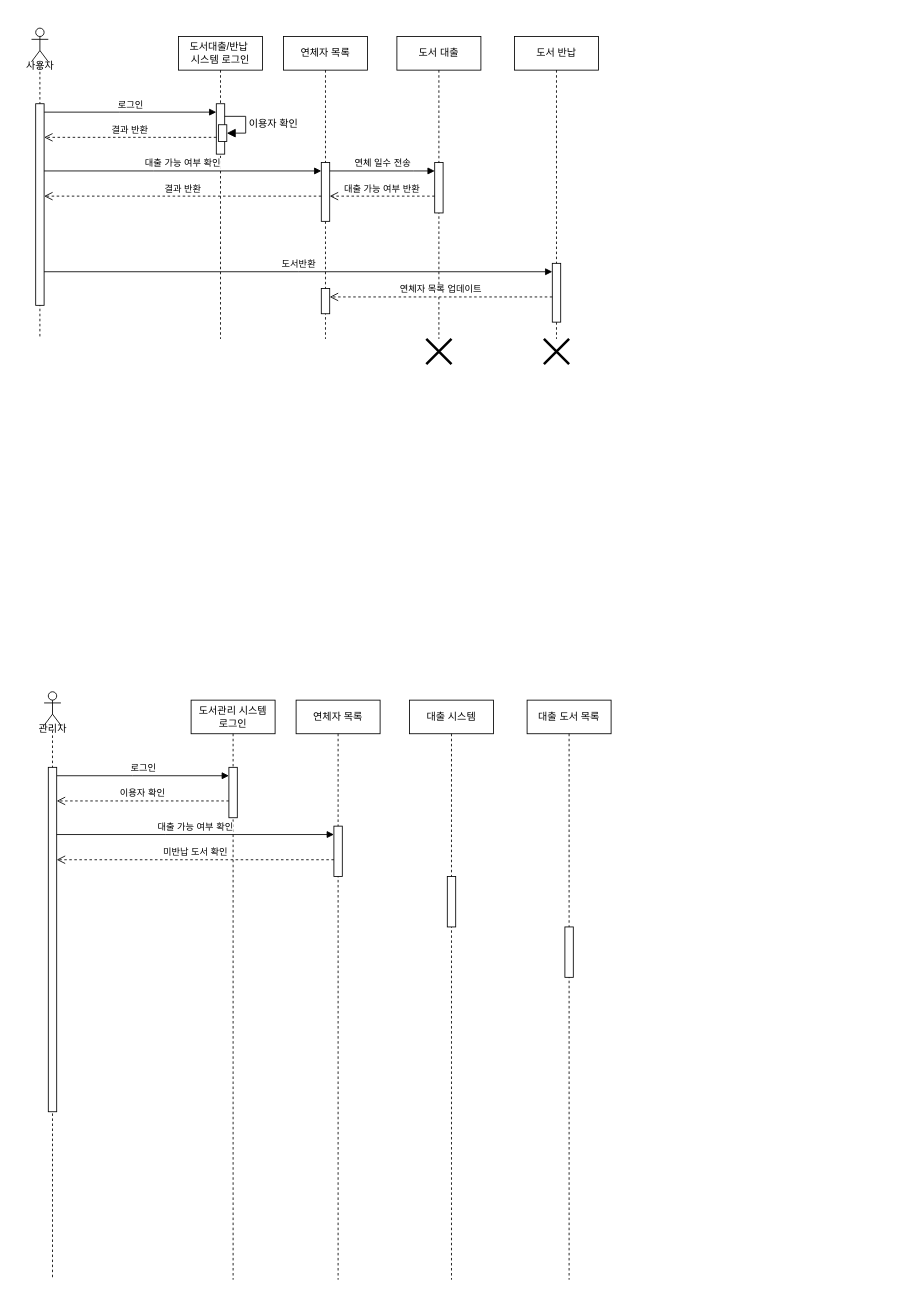
ChanY00/- keeps this draw.io diagram as Behavioral_Modeling.drawio. Above is the earlier version. Source tidied: cells renumbered, new cells numbered last; positions are measured from the earlier drawing's top-left corner, leaving out a move shared by most shapes. Both pictures are drawn from the tidied source at 84%, with x=0, y=0 at pixel (14, 28).
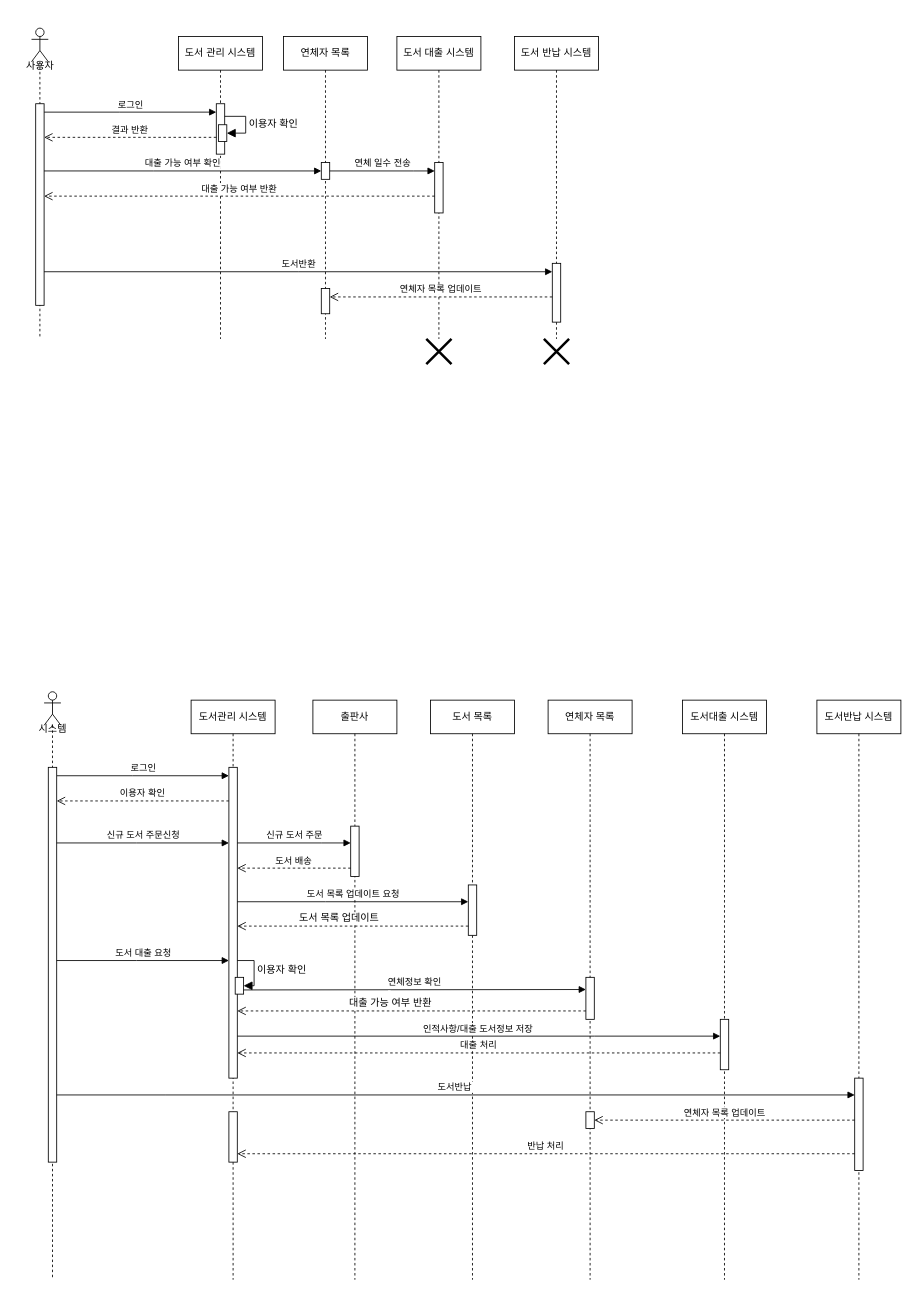
Above is the later version.

Unchanged cells that the change refers to:
```xml
<mxCell id="9" style="html=1;points=[];perimeter=orthogonalPerimeter;outlineConnect=0;targetShapes=umlLifeline;portConstraint=eastwest;newEdgeStyle={&quot;edgeStyle&quot;:&quot;elbowEdgeStyle&quot;,&quot;elbow&quot;:&quot;vertical&quot;,&quot;curved&quot;:0,&quot;rounded&quot;:0};" parent="8" vertex="1">
  <mxGeometry x="5" y="90" width="10" height="240" as="geometry" />
</mxCell>
<mxCell id="11" value="연체자 목록" style="shape=umlLifeline;perimeter=lifelinePerimeter;whiteSpace=wrap;html=1;newEdgeStyle={&quot;edgeStyle&quot;:&quot;elbowEdgeStyle&quot;,&quot;elbow&quot;:&quot;vertical&quot;,&quot;curved&quot;:0,&quot;rounded&quot;:0};" parent="1" vertex="1">
  <mxGeometry x="320" y="10" width="100" height="360" as="geometry" />
</mxCell>
<mxCell id="15" style="html=1;points=[];perimeter=orthogonalPerimeter;outlineConnect=0;targetShapes=umlLifeline;portConstraint=eastwest;newEdgeStyle={&quot;edgeStyle&quot;:&quot;elbowEdgeStyle&quot;,&quot;elbow&quot;:&quot;vertical&quot;,&quot;curved&quot;:0,&quot;rounded&quot;:0};" parent="14" vertex="1">
  <mxGeometry x="45" y="150" width="10" height="60" as="geometry" />
</mxCell>
<mxCell id="24" value="&lt;div&gt;&lt;br&gt;&lt;/div&gt;&lt;div&gt;&lt;br&gt;&lt;/div&gt;&lt;div&gt;&lt;br&gt;&lt;/div&gt;&lt;div&gt;&lt;br&gt;&lt;/div&gt;&lt;div&gt;&lt;br&gt;&lt;/div&gt;" style="shape=umlLifeline;perimeter=lifelinePerimeter;whiteSpace=wrap;html=1;newEdgeStyle={&quot;curved&quot;:0,&quot;rounded&quot;:0};participant=umlActor;size=40;" parent="1" vertex="1">
  <mxGeometry x="35" y="790" width="20" height="700" as="geometry" />
</mxCell>
```

What changed in the source:
```diff
@@
-    <mxCell id="2" value="도서대출/반납&amp;nbsp;&lt;div&gt;시스템&amp;nbsp;&lt;span style=&quot;background-color: initial;&quot;&gt;로그인&lt;/span&gt;&lt;/div&gt;" style="shape=umlLifeline;perimeter=lifelinePerimeter;whiteSpace=wrap;html=1;newEdgeStyle={&quot;edgeStyle&quot;:&quot;elbowEdgeStyle&quot;,&quot;elbow&quot;:&quot;vertical&quot;,&quot;curved&quot;:0,&quot;rounded&quot;:0};" parent="1" vertex="1">
+    <mxCell id="2" value="도서 관리&amp;nbsp;&lt;span style=&quot;background-color: initial;&quot;&gt;시스템&lt;/span&gt;" style="shape=umlLifeline;perimeter=lifelinePerimeter;whiteSpace=wrap;html=1;newEdgeStyle={&quot;edgeStyle&quot;:&quot;elbowEdgeStyle&quot;,&quot;elbow&quot;:&quot;vertical&quot;,&quot;curved&quot;:0,&quot;rounded&quot;:0};" parent="1" vertex="1">
       <mxGeometry x="195" y="10" width="100" height="360" as="geometry" />
     </mxCell>
@@
     <mxCell id="12" style="html=1;points=[];perimeter=orthogonalPerimeter;outlineConnect=0;targetShapes=umlLifeline;portConstraint=eastwest;newEdgeStyle={&quot;edgeStyle&quot;:&quot;elbowEdgeStyle&quot;,&quot;elbow&quot;:&quot;vertical&quot;,&quot;curved&quot;:0,&quot;rounded&quot;:0};" parent="11" vertex="1">
-      <mxGeometry x="45" y="150" width="10" height="70" as="geometry" />
+      <mxGeometry x="45" y="150" width="10" height="20" as="geometry" />
     </mxCell>
@@
-    <mxCell id="14" value="도서 대출" style="shape=umlLifeline;perimeter=lifelinePerimeter;whiteSpace=wrap;html=1;newEdgeStyle={&quot;edgeStyle&quot;:&quot;elbowEdgeStyle&quot;,&quot;elbow&quot;:&quot;vertical&quot;,&quot;curved&quot;:0,&quot;rounded&quot;:0};" parent="1" vertex="1">
+    <mxCell id="14" value="도서 대출 시스템" style="shape=umlLifeline;perimeter=lifelinePerimeter;whiteSpace=wrap;html=1;newEdgeStyle={&quot;edgeStyle&quot;:&quot;elbowEdgeStyle&quot;,&quot;elbow&quot;:&quot;vertical&quot;,&quot;curved&quot;:0,&quot;rounded&quot;:0};" parent="1" vertex="1">
       <mxGeometry x="455" y="10" width="100" height="360" as="geometry" />
     </mxCell>
@@
-    <mxCell id="16" value="도서 반납" style="shape=umlLifeline;perimeter=lifelinePerimeter;whiteSpace=wrap;html=1;newEdgeStyle={&quot;edgeStyle&quot;:&quot;elbowEdgeStyle&quot;,&quot;elbow&quot;:&quot;vertical&quot;,&quot;curved&quot;:0,&quot;rounded&quot;:0};" parent="1" vertex="1">
+    <mxCell id="16" value="도서 반납 시스템" style="shape=umlLifeline;perimeter=lifelinePerimeter;whiteSpace=wrap;html=1;newEdgeStyle={&quot;edgeStyle&quot;:&quot;elbowEdgeStyle&quot;,&quot;elbow&quot;:&quot;vertical&quot;,&quot;curved&quot;:0,&quot;rounded&quot;:0};" parent="1" vertex="1">
       <mxGeometry x="595" y="10" width="100" height="360" as="geometry" />
     </mxCell>
@@
-    <mxCell id="19" value="결과 반환" style="html=1;verticalAlign=bottom;endArrow=open;dashed=1;endSize=8;edgeStyle=elbowEdgeStyle;elbow=vertical;curved=0;rounded=0;" parent="1" edge="1" source="12" target="9">
-      <mxGeometry relative="1" as="geometry">
-        <Array as="points">
-          <mxPoint x="175" y="200" />
-        </Array>
-      </mxGeometry>
-    </mxCell>
-    <mxCell id="20" value="도서관리 시스템&lt;div&gt;로그인&lt;/div&gt;" style="shape=umlLifeline;perimeter=lifelinePerimeter;whiteSpace=wrap;html=1;newEdgeStyle={&quot;edgeStyle&quot;:&quot;elbowEdgeStyle&quot;,&quot;elbow&quot;:&quot;vertical&quot;,&quot;curved&quot;:0,&quot;rounded&quot;:0};" parent="1" vertex="1">
+    <mxCell id="20" value="도서관리 시스템" style="shape=umlLifeline;perimeter=lifelinePerimeter;whiteSpace=wrap;html=1;newEdgeStyle={&quot;edgeStyle&quot;:&quot;elbowEdgeStyle&quot;,&quot;elbow&quot;:&quot;vertical&quot;,&quot;curved&quot;:0,&quot;rounded&quot;:0};" parent="1" vertex="1">
       <mxGeometry x="210" y="800" width="100" height="690" as="geometry" />
     </mxCell>
     <mxCell id="21" style="html=1;points=[];perimeter=orthogonalPerimeter;outlineConnect=0;targetShapes=umlLifeline;portConstraint=eastwest;newEdgeStyle={&quot;edgeStyle&quot;:&quot;elbowEdgeStyle&quot;,&quot;elbow&quot;:&quot;vertical&quot;,&quot;curved&quot;:0,&quot;rounded&quot;:0};" parent="20" vertex="1">
-      <mxGeometry x="45" y="80" width="10" height="60" as="geometry" />
+      <mxGeometry x="45" y="80" width="10" height="370" as="geometry" />
     </mxCell>
+    <mxCell id="41" style="html=1;points=[[0,0,0,0,5],[0,1,0,0,-5],[1,0,0,0,5],[1,1,0,0,-5]];perimeter=orthogonalPerimeter;outlineConnect=0;targetShapes=umlLifeline;portConstraint=eastwest;newEdgeStyle={&quot;curved&quot;:0,&quot;rounded&quot;:0};" parent="20" vertex="1">
+      <mxGeometry x="52.5" y="330" width="10" height="20" as="geometry" />
+    </mxCell>
+    <mxCell id="42" value="이용자 확인" style="html=1;align=left;spacingLeft=2;endArrow=block;rounded=0;edgeStyle=orthogonalEdgeStyle;curved=0;rounded=0;fontSize=12;startSize=8;endSize=8;" parent="20" edge="1" source="21" target="41">
+      <mxGeometry relative="1" as="geometry">
+        <Array as="points">
+          <mxPoint x="75" y="310" />
+          <mxPoint x="75" y="340" />
+        </Array>
+      </mxGeometry>
+    </mxCell>
+    <mxCell id="43" style="html=1;points=[];perimeter=orthogonalPerimeter;outlineConnect=0;targetShapes=umlLifeline;portConstraint=eastwest;newEdgeStyle={&quot;edgeStyle&quot;:&quot;elbowEdgeStyle&quot;,&quot;elbow&quot;:&quot;vertical&quot;,&quot;curved&quot;:0,&quot;rounded&quot;:0};" parent="20" vertex="1">
+      <mxGeometry x="45" y="490" width="10" height="60" as="geometry" />
+    </mxCell>
@@
     <mxCell id="25" style="html=1;points=[];perimeter=orthogonalPerimeter;outlineConnect=0;targetShapes=umlLifeline;portConstraint=eastwest;newEdgeStyle={&quot;edgeStyle&quot;:&quot;elbowEdgeStyle&quot;,&quot;elbow&quot;:&quot;vertical&quot;,&quot;curved&quot;:0,&quot;rounded&quot;:0};" parent="24" vertex="1">
-      <mxGeometry x="5" y="90" width="10" height="410" as="geometry" />
+      <mxGeometry x="5" y="90" width="10" height="470" as="geometry" />
     </mxCell>
-    <mxCell id="26" value="관리자" style="text;html=1;align=center;verticalAlign=middle;strokeColor=none;fillColor=none;" parent="1" vertex="1">
+    <mxCell id="26" value="시스템" style="text;html=1;align=center;verticalAlign=middle;strokeColor=none;fillColor=none;" parent="1" vertex="1">
       <mxGeometry x="15" y="820" width="60" height="30" as="geometry" />
     </mxCell>
     <mxCell id="27" value="연체자 목록" style="shape=umlLifeline;perimeter=lifelinePerimeter;whiteSpace=wrap;html=1;newEdgeStyle={&quot;edgeStyle&quot;:&quot;elbowEdgeStyle&quot;,&quot;elbow&quot;:&quot;vertical&quot;,&quot;curved&quot;:0,&quot;rounded&quot;:0};" parent="1" vertex="1">
-      <mxGeometry x="335" y="800" width="100" height="690" as="geometry" />
+      <mxGeometry x="635" y="800" width="100" height="690" as="geometry" />
     </mxCell>
     <mxCell id="28" style="html=1;points=[];perimeter=orthogonalPerimeter;outlineConnect=0;targetShapes=umlLifeline;portConstraint=eastwest;newEdgeStyle={&quot;edgeStyle&quot;:&quot;elbowEdgeStyle&quot;,&quot;elbow&quot;:&quot;vertical&quot;,&quot;curved&quot;:0,&quot;rounded&quot;:0};" parent="27" vertex="1">
-      <mxGeometry x="45" y="150" width="10" height="60" as="geometry" />
+      <mxGeometry x="45" y="330" width="10" height="50" as="geometry" />
     </mxCell>
+    <mxCell id="44" style="html=1;points=[];perimeter=orthogonalPerimeter;outlineConnect=0;targetShapes=umlLifeline;portConstraint=eastwest;newEdgeStyle={&quot;edgeStyle&quot;:&quot;elbowEdgeStyle&quot;,&quot;elbow&quot;:&quot;vertical&quot;,&quot;curved&quot;:0,&quot;rounded&quot;:0};" parent="27" vertex="1">
+      <mxGeometry x="45" y="490" width="10" height="20" as="geometry" />
+    </mxCell>
-    <mxCell id="29" value="대출 시스템" style="shape=umlLifeline;perimeter=lifelinePerimeter;whiteSpace=wrap;html=1;newEdgeStyle={&quot;edgeStyle&quot;:&quot;elbowEdgeStyle&quot;,&quot;elbow&quot;:&quot;vertical&quot;,&quot;curved&quot;:0,&quot;rounded&quot;:0};" parent="1" vertex="1">
-      <mxGeometry x="470" y="800" width="100" height="690" as="geometry" />
+    <mxCell id="29" value="도서대출 시스템" style="shape=umlLifeline;perimeter=lifelinePerimeter;whiteSpace=wrap;html=1;newEdgeStyle={&quot;edgeStyle&quot;:&quot;elbowEdgeStyle&quot;,&quot;elbow&quot;:&quot;vertical&quot;,&quot;curved&quot;:0,&quot;rounded&quot;:0};" parent="1" vertex="1">
+      <mxGeometry x="795" y="800" width="100" height="690" as="geometry" />
     </mxCell>
     <mxCell id="30" style="html=1;points=[];perimeter=orthogonalPerimeter;outlineConnect=0;targetShapes=umlLifeline;portConstraint=eastwest;newEdgeStyle={&quot;edgeStyle&quot;:&quot;elbowEdgeStyle&quot;,&quot;elbow&quot;:&quot;vertical&quot;,&quot;curved&quot;:0,&quot;rounded&quot;:0};" parent="29" vertex="1">
-      <mxGeometry x="45" y="210" width="10" height="60" as="geometry" />
+      <mxGeometry x="45" y="380" width="10" height="60" as="geometry" />
     </mxCell>
-    <mxCell id="31" value="대출 도서 목록" style="shape=umlLifeline;perimeter=lifelinePerimeter;whiteSpace=wrap;html=1;newEdgeStyle={&quot;edgeStyle&quot;:&quot;elbowEdgeStyle&quot;,&quot;elbow&quot;:&quot;vertical&quot;,&quot;curved&quot;:0,&quot;rounded&quot;:0};" parent="1" vertex="1">
-      <mxGeometry x="610" y="800" width="100" height="690" as="geometry" />
+    <mxCell id="31" value="도서반납 시스템" style="shape=umlLifeline;perimeter=lifelinePerimeter;whiteSpace=wrap;html=1;newEdgeStyle={&quot;edgeStyle&quot;:&quot;elbowEdgeStyle&quot;,&quot;elbow&quot;:&quot;vertical&quot;,&quot;curved&quot;:0,&quot;rounded&quot;:0};" parent="1" vertex="1">
+      <mxGeometry x="955" y="800" width="100" height="690" as="geometry" />
     </mxCell>
     <mxCell id="32" style="html=1;points=[];perimeter=orthogonalPerimeter;outlineConnect=0;targetShapes=umlLifeline;portConstraint=eastwest;newEdgeStyle={&quot;edgeStyle&quot;:&quot;elbowEdgeStyle&quot;,&quot;elbow&quot;:&quot;vertical&quot;,&quot;curved&quot;:0,&quot;rounded&quot;:0};" parent="31" vertex="1">
-      <mxGeometry x="45" y="270" width="10" height="60" as="geometry" />
+      <mxGeometry x="45" y="450" width="10" height="110" as="geometry" />
     </mxCell>
-    <mxCell id="33" value="대출 가능 여부 확인" style="html=1;verticalAlign=bottom;endArrow=block;edgeStyle=elbowEdgeStyle;elbow=vertical;curved=0;rounded=0;" parent="1" edge="1">
-      <mxGeometry relative="1" as="geometry">
-        <mxPoint x="50" y="960" as="sourcePoint" />
-        <mxPoint x="380" y="960" as="targetPoint" />
-        <Array as="points">
-          <mxPoint x="180" y="960" />
-        </Array>
-      </mxGeometry>
-    </mxCell>
-    <mxCell id="34" value="미반납 도서 확인" style="html=1;verticalAlign=bottom;endArrow=open;dashed=1;endSize=8;edgeStyle=elbowEdgeStyle;elbow=vertical;curved=0;rounded=0;" parent="1" edge="1" source="28" target="25">
-      <mxGeometry relative="1" as="geometry">
-        <Array as="points">
-          <mxPoint x="190" y="990" />
-        </Array>
-      </mxGeometry>
-    </mxCell>
@@
-    <mxCell id="36" value="대출 가능 여부 반환" style="html=1;verticalAlign=bottom;endArrow=open;dashed=1;endSize=8;edgeStyle=elbowEdgeStyle;elbow=horizontal;curved=0;rounded=0;" parent="1" edge="1" source="15" target="12">
+    <mxCell id="36" value="대출 가능 여부 반환" style="html=1;verticalAlign=bottom;endArrow=open;dashed=1;endSize=8;edgeStyle=elbowEdgeStyle;elbow=horizontal;curved=0;rounded=0;" parent="1" edge="1" source="15" target="9">
       <mxGeometry relative="1" as="geometry">
         <Array as="points">
           <mxPoint x="435" y="200" />
         </Array>
       </mxGeometry>
     </mxCell>
@@
+    <mxCell id="45" value="출판사" style="shape=umlLifeline;perimeter=lifelinePerimeter;whiteSpace=wrap;html=1;newEdgeStyle={&quot;edgeStyle&quot;:&quot;elbowEdgeStyle&quot;,&quot;elbow&quot;:&quot;vertical&quot;,&quot;curved&quot;:0,&quot;rounded&quot;:0};" parent="1" vertex="1">
+      <mxGeometry x="355" y="800" width="100" height="690" as="geometry" />
+    </mxCell>
+    <mxCell id="46" style="html=1;points=[];perimeter=orthogonalPerimeter;outlineConnect=0;targetShapes=umlLifeline;portConstraint=eastwest;newEdgeStyle={&quot;edgeStyle&quot;:&quot;elbowEdgeStyle&quot;,&quot;elbow&quot;:&quot;vertical&quot;,&quot;curved&quot;:0,&quot;rounded&quot;:0};" parent="45" vertex="1">
+      <mxGeometry x="45" y="150" width="10" height="60" as="geometry" />
+    </mxCell>
+    <mxCell id="47" value="도서 목록" style="shape=umlLifeline;perimeter=lifelinePerimeter;whiteSpace=wrap;html=1;newEdgeStyle={&quot;edgeStyle&quot;:&quot;elbowEdgeStyle&quot;,&quot;elbow&quot;:&quot;vertical&quot;,&quot;curved&quot;:0,&quot;rounded&quot;:0};" parent="1" vertex="1">
+      <mxGeometry x="495" y="800" width="100" height="690" as="geometry" />
+    </mxCell>
+    <mxCell id="48" style="html=1;points=[];perimeter=orthogonalPerimeter;outlineConnect=0;targetShapes=umlLifeline;portConstraint=eastwest;newEdgeStyle={&quot;edgeStyle&quot;:&quot;elbowEdgeStyle&quot;,&quot;elbow&quot;:&quot;vertical&quot;,&quot;curved&quot;:0,&quot;rounded&quot;:0};" parent="47" vertex="1">
+      <mxGeometry x="45" y="220" width="10" height="60" as="geometry" />
+    </mxCell>
+    <mxCell id="49" value="신규 도서 주문신청" style="html=1;verticalAlign=bottom;endArrow=block;edgeStyle=elbowEdgeStyle;elbow=vertical;curved=0;rounded=0;" parent="1" edge="1" source="25">
+      <mxGeometry relative="1" as="geometry">
+        <mxPoint x="255" y="970" as="targetPoint" />
+        <Array as="points">
+          <mxPoint x="145" y="970" />
+        </Array>
+      </mxGeometry>
+    </mxCell>
+    <mxCell id="50" value="신규 도서 주문" style="html=1;verticalAlign=bottom;endArrow=block;edgeStyle=elbowEdgeStyle;elbow=vertical;curved=0;rounded=0;" parent="1" edge="1" target="46">
+      <mxGeometry relative="1" as="geometry">
+        <mxPoint x="265" y="970" as="sourcePoint" />
+        <Array as="points">
+          <mxPoint x="365" y="970" />
+        </Array>
+      </mxGeometry>
+    </mxCell>
+    <mxCell id="51" value="도서 배송" style="html=1;verticalAlign=bottom;endArrow=open;dashed=1;endSize=8;edgeStyle=elbowEdgeStyle;elbow=vertical;curved=0;rounded=0;" parent="1" edge="1">
+      <mxGeometry relative="1" as="geometry">
+        <mxPoint x="400" y="1000" as="sourcePoint" />
+        <mxPoint x="265" y="1000" as="targetPoint" />
+        <Array as="points">
+          <mxPoint x="280" y="1000" />
+        </Array>
+      </mxGeometry>
+    </mxCell>
+    <mxCell id="52" value="도서 목록 업데이트 요청" style="html=1;verticalAlign=bottom;endArrow=block;edgeStyle=elbowEdgeStyle;elbow=vertical;curved=0;rounded=0;" parent="1" edge="1" source="21" target="48">
+      <mxGeometry relative="1" as="geometry">
+        <Array as="points">
+          <mxPoint x="370" y="1040" />
+        </Array>
+      </mxGeometry>
+    </mxCell>
+    <mxCell id="53" value="&amp;nbsp;" style="html=1;verticalAlign=bottom;endArrow=open;dashed=1;endSize=8;edgeStyle=elbowEdgeStyle;elbow=vertical;curved=0;rounded=0;" parent="1" edge="1" source="48" target="21">
+      <mxGeometry x="0.13" y="-9" relative="1" as="geometry">
+        <Array as="points">
+          <mxPoint x="370" y="1069" />
+        </Array>
+      </mxGeometry>
+    </mxCell>
+    <mxCell id="54" value="도서 목록 업데이트" style="edgeLabel;html=1;align=center;verticalAlign=middle;fontSize=12;" parent="53" vertex="1">
+      <mxGeometry x="0.13" y="-10" relative="1" as="geometry" />
+    </mxCell>
+    <mxCell id="55" value="도서 대출 요청" style="html=1;verticalAlign=bottom;endArrow=block;edgeStyle=elbowEdgeStyle;elbow=vertical;curved=0;rounded=0;" parent="1" edge="1" source="25">
+      <mxGeometry relative="1" as="geometry">
+        <mxPoint x="255" y="1110" as="targetPoint" />
+        <Array as="points">
+          <mxPoint x="145" y="1110" />
+        </Array>
+      </mxGeometry>
+    </mxCell>
+    <mxCell id="56" value="연체정보 확인" style="html=1;verticalAlign=bottom;endArrow=block;edgeStyle=elbowEdgeStyle;elbow=vertical;curved=0;rounded=0;exitX=1;exitY=1;exitDx=0;exitDy=-5;exitPerimeter=0;" parent="1" edge="1" source="41" target="28">
+      <mxGeometry relative="1" as="geometry">
+        <Array as="points">
+          <mxPoint x="362.5" y="1144.5" />
+        </Array>
+      </mxGeometry>
+    </mxCell>
+    <mxCell id="57" value="인적사항/대출 도서정보 저장&amp;nbsp;" style="html=1;verticalAlign=bottom;endArrow=block;edgeStyle=elbowEdgeStyle;elbow=vertical;curved=0;rounded=0;" parent="1" edge="1" source="21" target="30">
+      <mxGeometry relative="1" as="geometry">
+        <Array as="points">
+          <mxPoint x="690" y="1200" />
+        </Array>
+      </mxGeometry>
+    </mxCell>
+    <mxCell id="58" value="&amp;nbsp;" style="html=1;verticalAlign=bottom;endArrow=open;dashed=1;endSize=8;edgeStyle=elbowEdgeStyle;elbow=vertical;curved=0;rounded=0;" parent="1" edge="1" source="28" target="21">
+      <mxGeometry x="0.13" y="-9" relative="1" as="geometry">
+        <Array as="points">
+          <mxPoint x="430" y="1170" />
+        </Array>
+      </mxGeometry>
+    </mxCell>
+    <mxCell id="59" value="대출 가능 여부 반환" style="edgeLabel;html=1;align=center;verticalAlign=middle;fontSize=12;" parent="58" vertex="1">
+      <mxGeometry x="0.13" y="-10" relative="1" as="geometry" />
+    </mxCell>
+    <mxCell id="60" value="대출 처리" style="html=1;verticalAlign=bottom;endArrow=open;dashed=1;endSize=8;edgeStyle=elbowEdgeStyle;elbow=vertical;curved=0;rounded=0;" parent="1" edge="1" source="30" target="21">
+      <mxGeometry relative="1" as="geometry">
+        <Array as="points">
+          <mxPoint x="500" y="1220" />
+        </Array>
+      </mxGeometry>
+    </mxCell>
+    <mxCell id="61" value="도서반납&amp;nbsp;" style="html=1;verticalAlign=bottom;endArrow=block;edgeStyle=elbowEdgeStyle;elbow=vertical;curved=0;rounded=0;" parent="1" edge="1" source="25" target="32">
+      <mxGeometry relative="1" as="geometry">
+        <Array as="points">
+          <mxPoint x="180" y="1270" />
+        </Array>
+      </mxGeometry>
+    </mxCell>
+    <mxCell id="62" value="연체자 목록 업데이트" style="html=1;verticalAlign=bottom;endArrow=open;dashed=1;endSize=8;edgeStyle=elbowEdgeStyle;elbow=vertical;curved=0;rounded=0;" parent="1" edge="1" target="44">
+      <mxGeometry relative="1" as="geometry">
+        <mxPoint x="1000" y="1300" as="sourcePoint" />
+        <Array as="points">
+          <mxPoint x="880" y="1300" />
+        </Array>
+      </mxGeometry>
+    </mxCell>
+    <mxCell id="63" value="반납 처리" style="html=1;verticalAlign=bottom;endArrow=open;dashed=1;endSize=8;edgeStyle=elbowEdgeStyle;elbow=vertical;curved=0;rounded=0;" parent="1" edge="1" source="32" target="43">
+      <mxGeometry relative="1" as="geometry">
+        <Array as="points">
+          <mxPoint x="870" y="1340" />
+        </Array>
+      </mxGeometry>
+    </mxCell>
```
